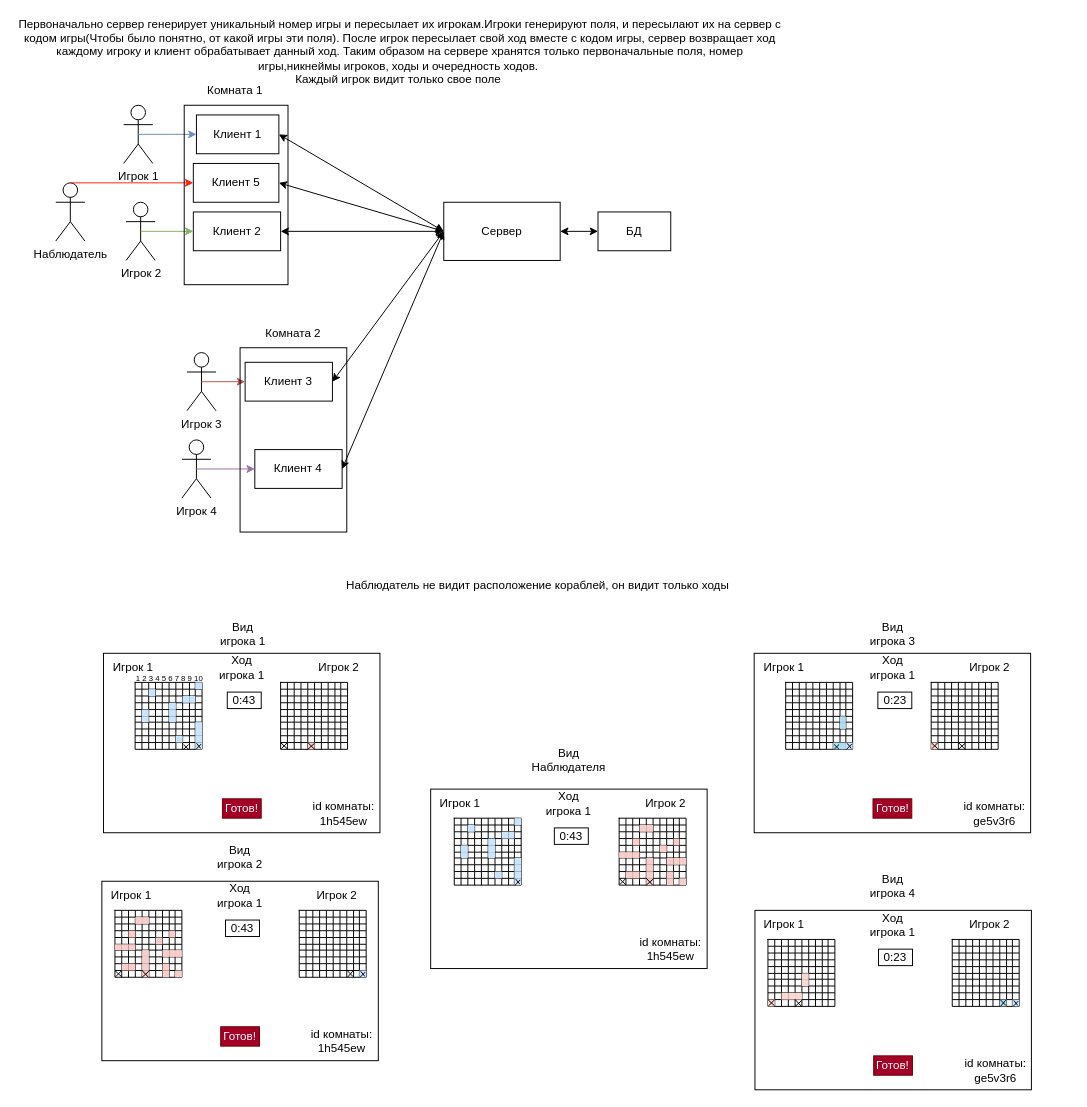
Earlier version of the draw.io diagram План работ/Две игры с наблюдателем.drawio (mrdrakowa/Battleship-War). Source tidied: cells renumbered, new cells numbered last; positions are measured from the earlier drawing's top-left corner, leaving out a move shared by most shapes. Both pictures are drawn from the tidied source at 97%, with x=0, y=0 at pixel (16, 27).
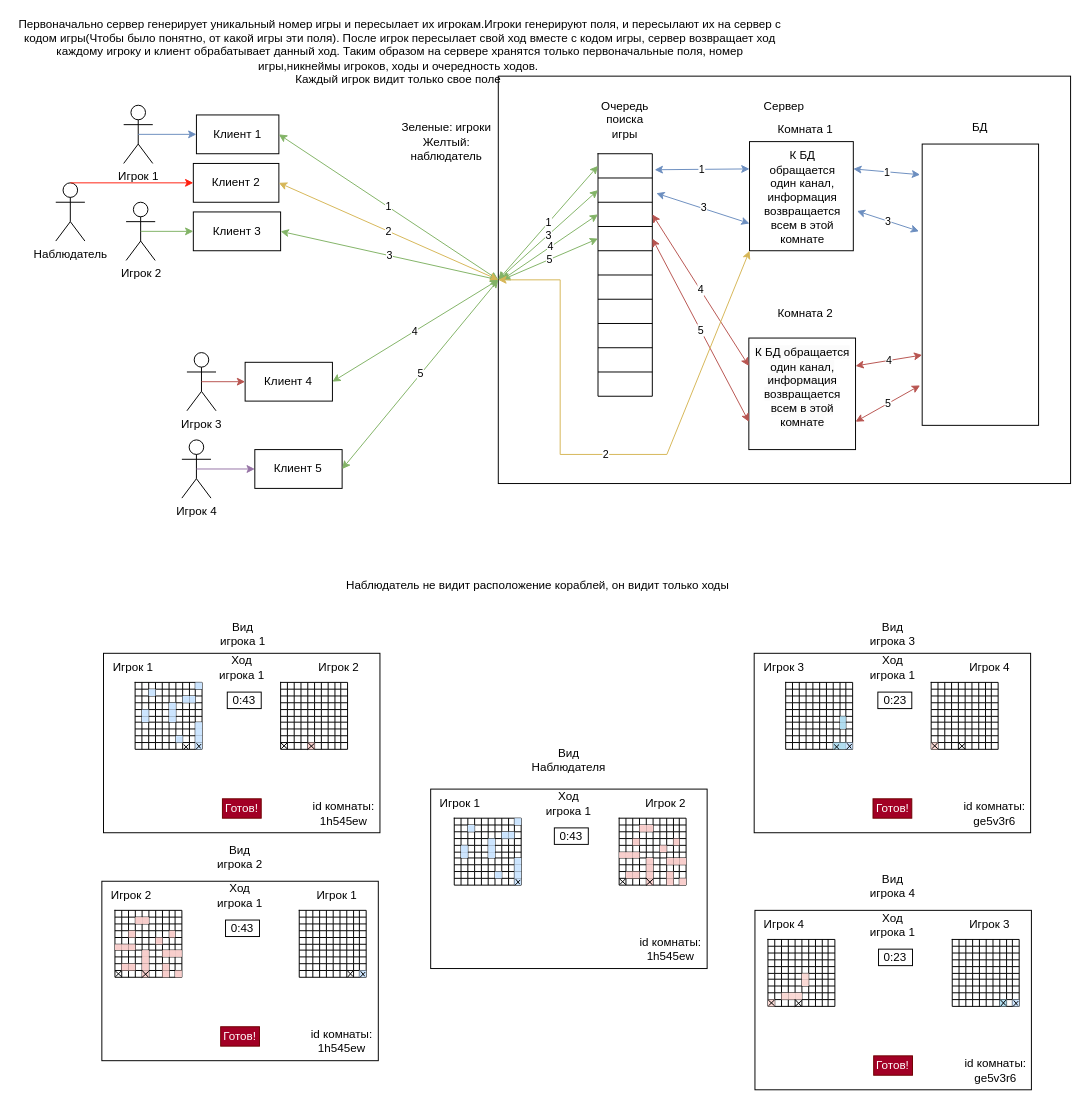
The same page after the edit.

Commit message:
5 игроков(upd 2)

Unchanged cells that the change refers to:
```xml
<mxCell id="8" value="Клиент 1" style="rounded=0;whiteSpace=wrap;html=1;" parent="1" vertex="1">
  <mxGeometry x="185" y="90" width="85" height="40" as="geometry" />
</mxCell>
```

The edit, as a diff of the source:
```diff
@@
-    <mxCell id="2" value="Сервер" style="rounded=0;whiteSpace=wrap;html=1;" parent="1" vertex="1">
-      <mxGeometry x="440" y="180" width="120" height="60" as="geometry" />
+    <mxCell id="2" value="&lt;p style=&quot;line-height: 120%;&quot;&gt;&lt;/p&gt;&lt;div style=&quot;line-height: 200%;&quot;&gt;&lt;span style=&quot;background-color: initial;&quot;&gt;Сервер&lt;/span&gt;&lt;/div&gt;&lt;p&gt;&lt;/p&gt;" style="rounded=0;whiteSpace=wrap;html=1;align=center;verticalAlign=top;fillColor=none;" parent="1" vertex="1">
+      <mxGeometry x="496.2" y="50" width="590" height="420" as="geometry" />
     </mxCell>
@@
-    <mxCell id="9" value="Клиент 4" style="rounded=0;whiteSpace=wrap;html=1;" parent="1" vertex="1">
+    <mxCell id="9" value="Клиент 5" style="rounded=0;whiteSpace=wrap;html=1;" parent="1" vertex="1">
       <mxGeometry x="245.2" y="435" width="90" height="40" as="geometry" />
     </mxCell>
-    <mxCell id="10" value="Клиент 3" style="rounded=0;whiteSpace=wrap;html=1;" parent="1" vertex="1">
+    <mxCell id="10" value="Клиент 4" style="rounded=0;whiteSpace=wrap;html=1;" parent="1" vertex="1">
       <mxGeometry x="235.2" y="345" width="90" height="40" as="geometry" />
     </mxCell>
-    <mxCell id="11" value="Клиент 2" style="rounded=0;whiteSpace=wrap;html=1;" parent="1" vertex="1">
+    <mxCell id="11" value="Клиент 3" style="rounded=0;whiteSpace=wrap;html=1;" parent="1" vertex="1">
       <mxGeometry x="181.8" y="190" width="90" height="40" as="geometry" />
     </mxCell>
@@
-    <mxCell id="254" value="Клиент 5" style="rounded=0;whiteSpace=wrap;html=1;" parent="1" vertex="1">
+    <mxCell id="254" value="Клиент 2" style="rounded=0;whiteSpace=wrap;html=1;" parent="1" vertex="1">
       <mxGeometry x="181.8" y="140" width="88.2" height="40" as="geometry" />
     </mxCell>
@@
-    <mxCell id="270" value="Игрок 1" style="text;html=1;strokeColor=none;fillColor=none;align=center;verticalAlign=middle;whiteSpace=wrap;rounded=0;" parent="1" vertex="1">
+    <mxCell id="270" value="Игрок 2" style="text;html=1;strokeColor=none;fillColor=none;align=center;verticalAlign=middle;whiteSpace=wrap;rounded=0;" parent="1" vertex="1">
       <mxGeometry x="88" y="880" width="60" height="30" as="geometry" />
     </mxCell>
-    <mxCell id="271" value="Игрок 2" style="text;html=1;strokeColor=none;fillColor=none;align=center;verticalAlign=middle;whiteSpace=wrap;rounded=0;" parent="1" vertex="1">
+    <mxCell id="271" value="Игрок 1" style="text;html=1;strokeColor=none;fillColor=none;align=center;verticalAlign=middle;whiteSpace=wrap;rounded=0;" parent="1" vertex="1">
       <mxGeometry x="300" y="880" width="60" height="30" as="geometry" />
     </mxCell>
@@
-    <mxCell id="734" style="endArrow=classic;startArrow=classic;html=1;rounded=0;entryX=1;entryY=0.5;entryDx=0;entryDy=0;exitX=0;exitY=0.5;exitDx=0;exitDy=0;" parent="1" edge="1" source="2" target="8">
+    <mxCell id="734" value="1" style="endArrow=classic;startArrow=classic;html=1;rounded=0;entryX=1;entryY=0.5;entryDx=0;entryDy=0;exitX=0;exitY=0.5;exitDx=0;exitDy=0;fillColor=#d5e8d4;strokeColor=#82b366;gradientColor=#97d077;" parent="1" edge="1" source="2" target="8">
       <mxGeometry relative="1" as="geometry" />
     </mxCell>
-    <mxCell id="735" style="endArrow=classic;startArrow=classic;html=1;rounded=0;entryX=1;entryY=0.5;entryDx=0;entryDy=0;exitX=0;exitY=0.5;exitDx=0;exitDy=0;" parent="1" edge="1" source="2" target="11">
+    <mxCell id="735" value="3" style="endArrow=classic;startArrow=classic;html=1;rounded=0;entryX=1;entryY=0.5;entryDx=0;entryDy=0;exitX=0;exitY=0.5;exitDx=0;exitDy=0;fillColor=#d5e8d4;strokeColor=#82b366;gradientColor=#97d077;" parent="1" edge="1" source="2" target="11">
       <mxGeometry relative="1" as="geometry" />
     </mxCell>
-    <mxCell id="736" style="endArrow=classic;startArrow=classic;html=1;rounded=0;entryX=0;entryY=0.5;entryDx=0;entryDy=0;exitX=1;exitY=0.5;exitDx=0;exitDy=0;" parent="1" edge="1" source="10" target="2">
+    <mxCell id="736" value="4" style="endArrow=classic;startArrow=classic;html=1;rounded=0;entryX=0;entryY=0.5;entryDx=0;entryDy=0;exitX=1;exitY=0.5;exitDx=0;exitDy=0;fillColor=#d5e8d4;strokeColor=#82b366;gradientColor=#97d077;" parent="1" edge="1" source="10" target="2">
       <mxGeometry relative="1" as="geometry" />
     </mxCell>
-    <mxCell id="737" style="endArrow=classic;startArrow=classic;html=1;rounded=0;exitX=0;exitY=0.5;exitDx=0;exitDy=0;entryX=1;entryY=0.5;entryDx=0;entryDy=0;" parent="1" edge="1" source="2" target="9">
+    <mxCell id="737" value="5" style="endArrow=classic;startArrow=classic;html=1;rounded=0;exitX=0;exitY=0.5;exitDx=0;exitDy=0;entryX=1;entryY=0.5;entryDx=0;entryDy=0;fillColor=#d5e8d4;strokeColor=#82b366;gradientColor=#97d077;" parent="1" edge="1" source="2" target="9">
       <mxGeometry relative="1" as="geometry" />
     </mxCell>
-    <mxCell id="738" style="endArrow=classic;startArrow=classic;html=1;rounded=0;entryX=0;entryY=0.5;entryDx=0;entryDy=0;exitX=1;exitY=0.5;exitDx=0;exitDy=0;" parent="1" edge="1" source="254" target="2">
+    <mxCell id="738" value="2" style="endArrow=classic;startArrow=classic;html=1;rounded=0;entryX=0;entryY=0.5;entryDx=0;entryDy=0;exitX=1;exitY=0.5;exitDx=0;exitDy=0;fillColor=#fff2cc;strokeColor=#d6b656;gradientColor=#ffd966;" parent="1" edge="1" source="254" target="2">
       <mxGeometry relative="1" as="geometry" />
     </mxCell>
@@
-    <mxCell id="969" value="Игрок 1" style="text;html=1;strokeColor=none;fillColor=none;align=center;verticalAlign=middle;whiteSpace=wrap;rounded=0;" parent="1" vertex="1">
+    <mxCell id="969" value="Игрок 3" style="text;html=1;strokeColor=none;fillColor=none;align=center;verticalAlign=middle;whiteSpace=wrap;rounded=0;" parent="1" vertex="1">
       <mxGeometry x="760.5" y="645" width="60" height="30" as="geometry" />
     </mxCell>
-    <mxCell id="970" value="Игрок 2" style="text;html=1;strokeColor=none;fillColor=none;align=center;verticalAlign=middle;whiteSpace=wrap;rounded=0;" parent="1" vertex="1">
+    <mxCell id="970" value="Игрок 4" style="text;html=1;strokeColor=none;fillColor=none;align=center;verticalAlign=middle;whiteSpace=wrap;rounded=0;" parent="1" vertex="1">
       <mxGeometry x="972.5" y="645" width="60" height="30" as="geometry" />
     </mxCell>
@@
-    <mxCell id="980" value="Игрок 1" style="text;html=1;strokeColor=none;fillColor=none;align=center;verticalAlign=middle;whiteSpace=wrap;rounded=0;" parent="1" vertex="1">
+    <mxCell id="980" value="Игрок 4" style="text;html=1;strokeColor=none;fillColor=none;align=center;verticalAlign=middle;whiteSpace=wrap;rounded=0;" parent="1" vertex="1">
       <mxGeometry x="761.2" y="910" width="60" height="30" as="geometry" />
     </mxCell>
-    <mxCell id="981" value="Игрок 2" style="text;html=1;strokeColor=none;fillColor=none;align=center;verticalAlign=middle;whiteSpace=wrap;rounded=0;" parent="1" vertex="1">
+    <mxCell id="981" value="Игрок 3" style="text;html=1;strokeColor=none;fillColor=none;align=center;verticalAlign=middle;whiteSpace=wrap;rounded=0;" parent="1" vertex="1">
       <mxGeometry x="973.2" y="910" width="60" height="30" as="geometry" />
     </mxCell>
@@
-    <mxCell id="1215" value="БД" style="rounded=0;whiteSpace=wrap;html=1;" parent="1" vertex="1">
-      <mxGeometry x="599" y="190" width="75" height="40" as="geometry" />
-    </mxCell>
-    <mxCell id="1216" style="endArrow=classic;startArrow=classic;html=1;rounded=0;entryX=0;entryY=0.5;entryDx=0;entryDy=0;exitX=1;exitY=0.5;exitDx=0;exitDy=0;" parent="1" edge="1" source="2" target="1215">
-      <mxGeometry relative="1" as="geometry" />
-    </mxCell>
-    <mxCell id="1217" value="&lt;font style=&quot;font-size: 8px;&quot;&gt;1 2 3 4 5 6 7 8 9 10&lt;/font&gt;" style="text;html=1;strokeColor=none;fillColor=none;align=center;verticalAlign=middle;whiteSpace=wrap;rounded=0;" parent="1" vertex="1">
-      <mxGeometry x="103" y="655" width="109" height="30" as="geometry" />
-    </mxCell>
-    <mxCell id="1218" style="rounded=0;whiteSpace=wrap;html=1;fillColor=none;" parent="1" vertex="1">
-      <mxGeometry x="230" y="330" width="110" height="190" as="geometry" />
+    <mxCell id="1218" value="&#10;&lt;span style=&quot;color: rgb(0, 0, 0); font-family: Helvetica; font-size: 12px; font-style: normal; font-variant-ligatures: normal; font-variant-caps: normal; font-weight: 400; letter-spacing: normal; orphans: 2; text-align: center; text-indent: 0px; text-transform: none; widows: 2; word-spacing: 0px; -webkit-text-stroke-width: 0px; background-color: rgb(251, 251, 251); text-decoration-thickness: initial; text-decoration-style: initial; text-decoration-color: initial; float: none; display: inline !important;&quot;&gt;К БД обращается один канал, информация возвращается всем в этой комнате&lt;/span&gt;&#10;&#10;" style="rounded=0;whiteSpace=wrap;html=1;fillColor=none;" parent="1" vertex="1">
+      <mxGeometry x="754.5" y="320" width="110" height="115" as="geometry" />
     </mxCell>
     <mxCell id="1219" style="rounded=0;whiteSpace=wrap;html=1;fillColor=none;" parent="1" vertex="1">
-      <mxGeometry x="172.4" y="80" width="107" height="185" as="geometry" />
+      <mxGeometry x="755.2" y="117.5" width="107" height="112.5" as="geometry" />
     </mxCell>
     <mxCell id="1220" value="Комната 2" style="text;html=1;strokeColor=none;fillColor=none;align=center;verticalAlign=middle;whiteSpace=wrap;rounded=0;" parent="1" vertex="1">
-      <mxGeometry x="255" y="300" width="60" height="30" as="geometry" />
+      <mxGeometry x="783.2" y="280" width="60" height="30" as="geometry" />
     </mxCell>
     <mxCell id="1221" value="Комната 1" style="text;html=1;strokeColor=none;fillColor=none;align=center;verticalAlign=middle;whiteSpace=wrap;rounded=0;" parent="1" vertex="1">
-      <mxGeometry x="195" y="50" width="60" height="30" as="geometry" />
+      <mxGeometry x="783.2" y="90" width="60" height="30" as="geometry" />
     </mxCell>
+    <mxCell id="1222" style="shape=table;startSize=0;childLayout=tableLayout;" parent="1" vertex="1">
+      <mxGeometry x="599" y="130" width="56" height="250" as="geometry" />
+    </mxCell>
+    <mxCell id="1223" style="shape=tableRow;horizontal=0;startSize=0;swimlaneHead=0;swimlaneBody=0;strokeColor=inherit;top=0;left=0;bottom=0;right=0;fillColor=none;points=[[0,0.5],[1,0.5]];portConstraint=eastwest;" parent="1222" vertex="1">
+      <mxGeometry width="56" height="25" as="geometry" />
+    </mxCell>
+    <mxCell id="1224" style="shape=partialRectangle;html=1;whiteSpace=wrap;strokeColor=inherit;overflow=hidden;fillColor=none;top=0;left=0;bottom=0;right=0;" parent="1223" vertex="1">
+      <mxGeometry width="56" height="25" as="geometry" />
+    </mxCell>
+    <mxCell id="1225" style="shape=tableRow;horizontal=0;startSize=0;swimlaneHead=0;swimlaneBody=0;strokeColor=inherit;top=0;left=0;bottom=0;right=0;fillColor=none;points=[[0,0.5],[1,0.5]];portConstraint=eastwest;" parent="1222" vertex="1">
+      <mxGeometry y="25" width="56" height="25" as="geometry" />
+    </mxCell>
+    <mxCell id="1226" style="shape=partialRectangle;html=1;whiteSpace=wrap;strokeColor=inherit;overflow=hidden;fillColor=none;top=0;left=0;bottom=0;right=0;" parent="1225" vertex="1">
+      <mxGeometry width="56" height="25" as="geometry" />
+    </mxCell>
+    <mxCell id="1227" style="shape=tableRow;horizontal=0;startSize=0;swimlaneHead=0;swimlaneBody=0;strokeColor=inherit;top=0;left=0;bottom=0;right=0;fillColor=none;points=[[0,0.5],[1,0.5]];portConstraint=eastwest;" parent="1222" vertex="1">
+      <mxGeometry y="50" width="56" height="25" as="geometry" />
+    </mxCell>
+    <mxCell id="1228" style="shape=partialRectangle;html=1;whiteSpace=wrap;strokeColor=inherit;overflow=hidden;fillColor=none;top=0;left=0;bottom=0;right=0;" parent="1227" vertex="1">
+      <mxGeometry width="56" height="25" as="geometry" />
+    </mxCell>
+    <mxCell id="1229" style="shape=tableRow;horizontal=0;startSize=0;swimlaneHead=0;swimlaneBody=0;strokeColor=inherit;top=0;left=0;bottom=0;right=0;fillColor=none;points=[[0,0.5],[1,0.5]];portConstraint=eastwest;" parent="1222" vertex="1">
+      <mxGeometry y="75" width="56" height="25" as="geometry" />
+    </mxCell>
+    <mxCell id="1230" style="shape=partialRectangle;html=1;whiteSpace=wrap;strokeColor=inherit;overflow=hidden;fillColor=none;top=0;left=0;bottom=0;right=0;" parent="1229" vertex="1">
+      <mxGeometry width="56" height="25" as="geometry" />
+    </mxCell>
+    <mxCell id="1231" style="shape=tableRow;horizontal=0;startSize=0;swimlaneHead=0;swimlaneBody=0;strokeColor=inherit;top=0;left=0;bottom=0;right=0;fillColor=none;" parent="1222" vertex="1">
+      <mxGeometry y="100" width="56" height="25" as="geometry" />
+    </mxCell>
+    <mxCell id="1232" style="shape=partialRectangle;html=1;whiteSpace=wrap;strokeColor=inherit;overflow=hidden;fillColor=none;top=0;left=0;bottom=0;right=0;" parent="1231" vertex="1">
+      <mxGeometry width="56" height="25" as="geometry" />
+    </mxCell>
+    <mxCell id="1233" style="shape=tableRow;horizontal=0;startSize=0;swimlaneHead=0;swimlaneBody=0;strokeColor=inherit;top=0;left=0;bottom=0;right=0;fillColor=none;" parent="1222" vertex="1">
+      <mxGeometry y="125" width="56" height="25" as="geometry" />
+    </mxCell>
+    <mxCell id="1234" style="shape=partialRectangle;html=1;whiteSpace=wrap;strokeColor=inherit;overflow=hidden;fillColor=none;top=0;left=0;bottom=0;right=0;" parent="1233" vertex="1">
+      <mxGeometry width="56" height="25" as="geometry" />
+    </mxCell>
+    <mxCell id="1235" style="shape=tableRow;horizontal=0;startSize=0;swimlaneHead=0;swimlaneBody=0;strokeColor=inherit;top=0;left=0;bottom=0;right=0;fillColor=none;" parent="1222" vertex="1">
+      <mxGeometry y="150" width="56" height="25" as="geometry" />
+    </mxCell>
+    <mxCell id="1236" style="shape=partialRectangle;html=1;whiteSpace=wrap;strokeColor=inherit;overflow=hidden;fillColor=none;top=0;left=0;bottom=0;right=0;" parent="1235" vertex="1">
+      <mxGeometry width="56" height="25" as="geometry" />
+    </mxCell>
+    <mxCell id="1237" style="shape=tableRow;horizontal=0;startSize=0;swimlaneHead=0;swimlaneBody=0;strokeColor=inherit;top=0;left=0;bottom=0;right=0;fillColor=none;" parent="1222" vertex="1">
+      <mxGeometry y="175" width="56" height="25" as="geometry" />
+    </mxCell>
+    <mxCell id="1238" style="shape=partialRectangle;html=1;whiteSpace=wrap;strokeColor=inherit;overflow=hidden;fillColor=none;top=0;left=0;bottom=0;right=0;" parent="1237" vertex="1">
+      <mxGeometry width="56" height="25" as="geometry" />
+    </mxCell>
+    <mxCell id="1239" style="shape=tableRow;horizontal=0;startSize=0;swimlaneHead=0;swimlaneBody=0;strokeColor=inherit;top=0;left=0;bottom=0;right=0;fillColor=none;" parent="1222" vertex="1">
+      <mxGeometry y="200" width="56" height="25" as="geometry" />
+    </mxCell>
+    <mxCell id="1240" style="shape=partialRectangle;html=1;whiteSpace=wrap;strokeColor=inherit;overflow=hidden;fillColor=none;top=0;left=0;bottom=0;right=0;" parent="1239" vertex="1">
+      <mxGeometry width="56" height="25" as="geometry" />
+    </mxCell>
+    <mxCell id="1241" style="shape=tableRow;horizontal=0;startSize=0;swimlaneHead=0;swimlaneBody=0;strokeColor=inherit;top=0;left=0;bottom=0;right=0;fillColor=none;" parent="1222" vertex="1">
+      <mxGeometry y="225" width="56" height="25" as="geometry" />
+    </mxCell>
+    <mxCell id="1242" style="shape=partialRectangle;html=1;whiteSpace=wrap;strokeColor=inherit;overflow=hidden;fillColor=none;top=0;left=0;bottom=0;right=0;" parent="1241" vertex="1">
+      <mxGeometry width="56" height="25" as="geometry" />
+    </mxCell>
+    <mxCell id="1243" value="1" style="endArrow=classic;startArrow=classic;html=1;rounded=0;entryX=0;entryY=0.5;entryDx=0;entryDy=0;exitX=0;exitY=0.5;exitDx=0;exitDy=0;fillColor=#d5e8d4;strokeColor=#82b366;gradientColor=#97d077;" parent="1" edge="1" source="2" target="1223">
+      <mxGeometry relative="1" as="geometry" />
+    </mxCell>
+    <mxCell id="1244" value="3" style="endArrow=classic;startArrow=classic;html=1;rounded=0;entryX=0;entryY=0.5;entryDx=0;entryDy=0;exitX=0;exitY=0.5;exitDx=0;exitDy=0;fillColor=#d5e8d4;strokeColor=#82b366;gradientColor=#97d077;" parent="1" edge="1" source="1225" target="2">
+      <mxGeometry relative="1" as="geometry" />
+    </mxCell>
+    <mxCell id="1245" value="4" style="endArrow=classic;startArrow=classic;html=1;rounded=0;entryX=0;entryY=0.5;entryDx=0;entryDy=0;fillColor=#d5e8d4;strokeColor=#82b366;gradientColor=#97d077;" parent="1" edge="1" target="1227">
+      <mxGeometry relative="1" as="geometry">
+        <mxPoint x="500" y="260" as="sourcePoint" />
+      </mxGeometry>
+    </mxCell>
+    <mxCell id="1246" value="5" style="endArrow=classic;startArrow=classic;html=1;rounded=0;exitX=0;exitY=0.5;exitDx=0;exitDy=0;fillColor=#d5e8d4;strokeColor=#82b366;gradientColor=#97d077;" parent="1" edge="1" source="1229">
+      <mxGeometry relative="1" as="geometry">
+        <mxPoint x="500" y="260" as="targetPoint" />
+      </mxGeometry>
+    </mxCell>
+    <mxCell id="1247" value="Очередь поиска игры" style="text;html=1;strokeColor=none;fillColor=none;align=center;verticalAlign=middle;whiteSpace=wrap;rounded=0;" parent="1" vertex="1">
+      <mxGeometry x="597" y="80" width="60" height="30" as="geometry" />
+    </mxCell>
+    <mxCell id="1248" value="Зеленые: игроки" style="text;html=1;strokeColor=none;fillColor=none;align=center;verticalAlign=middle;whiteSpace=wrap;rounded=0;" parent="1" vertex="1">
+      <mxGeometry x="388.8" y="87.5" width="107.5" height="30" as="geometry" />
+    </mxCell>
+    <mxCell id="1249" value="Желтый: наблюдатель" style="text;html=1;strokeColor=none;fillColor=none;align=center;verticalAlign=middle;whiteSpace=wrap;rounded=0;" parent="1" vertex="1">
+      <mxGeometry x="388.8" y="110" width="107.5" height="30" as="geometry" />
+    </mxCell>
+    <mxCell id="1250" value="1" style="endArrow=classic;startArrow=classic;html=1;rounded=0;entryX=0;entryY=0.25;entryDx=0;entryDy=0;exitX=1.043;exitY=0.066;exitDx=0;exitDy=0;fillColor=#dae8fc;strokeColor=#6c8ebf;gradientColor=#7ea6e0;exitPerimeter=0;" parent="1" edge="1" source="1222" target="1219">
+      <mxGeometry relative="1" as="geometry" />
+    </mxCell>
+    <mxCell id="1251" value="3" style="endArrow=classic;startArrow=classic;html=1;rounded=0;entryX=0;entryY=0.75;entryDx=0;entryDy=0;exitX=1.073;exitY=0.163;exitDx=0;exitDy=0;fillColor=#dae8fc;strokeColor=#6c8ebf;gradientColor=#7ea6e0;exitPerimeter=0;" parent="1" edge="1" source="1222" target="1219">
+      <mxGeometry relative="1" as="geometry" />
+    </mxCell>
+    <mxCell id="1252" value="4" style="endArrow=classic;startArrow=classic;html=1;rounded=0;entryX=1;entryY=0.25;entryDx=0;entryDy=0;fillColor=#f8cecc;strokeColor=#b85450;gradientColor=#ea6b66;exitX=0;exitY=0.25;exitDx=0;exitDy=0;" parent="1" edge="1" source="1218" target="1222">
+      <mxGeometry relative="1" as="geometry" />
+    </mxCell>
+    <mxCell id="1253" value="5" style="endArrow=classic;startArrow=classic;html=1;rounded=0;exitX=0;exitY=0.75;exitDx=0;exitDy=0;fillColor=#f8cecc;strokeColor=#b85450;gradientColor=#ea6b66;entryX=1;entryY=0.5;entryDx=0;entryDy=0;" parent="1" edge="1" source="1218" target="1229">
+      <mxGeometry relative="1" as="geometry" />
+    </mxCell>
+    <mxCell id="1254" value="2" style="endArrow=classic;startArrow=classic;html=1;rounded=0;entryX=0;entryY=0.5;entryDx=0;entryDy=0;exitX=0;exitY=1;exitDx=0;exitDy=0;fillColor=#fff2cc;strokeColor=#d6b656;gradientColor=#ffd966;" parent="1" edge="1" source="1219" target="2">
+      <mxGeometry relative="1" as="geometry">
+        <Array as="points">
+          <mxPoint x="670" y="440" />
+          <mxPoint x="560" y="440" />
+          <mxPoint x="560" y="260" />
+        </Array>
+      </mxGeometry>
+    </mxCell>
+    <mxCell id="1255" style="rounded=0;whiteSpace=wrap;html=1;fillColor=none;" parent="1" vertex="1">
+      <mxGeometry x="933.2" y="120" width="120" height="290" as="geometry" />
+    </mxCell>
+    <mxCell id="1215" value="БД" style="text;html=1;strokeColor=none;fillColor=none;align=center;verticalAlign=middle;whiteSpace=wrap;rounded=0;" parent="1" vertex="1">
+      <mxGeometry x="963.2" y="87.5" width="60" height="30" as="geometry" />
+    </mxCell>
+    <mxCell id="1256" value="1" style="endArrow=classic;startArrow=classic;html=1;rounded=0;entryX=-0.018;entryY=0.109;entryDx=0;entryDy=0;exitX=1;exitY=0.25;exitDx=0;exitDy=0;fillColor=#dae8fc;strokeColor=#6c8ebf;gradientColor=#7ea6e0;entryPerimeter=0;" parent="1" edge="1" source="1219" target="1255">
+      <mxGeometry relative="1" as="geometry" />
+    </mxCell>
+    <mxCell id="1257" value="3" style="endArrow=classic;startArrow=classic;html=1;rounded=0;exitX=1.035;exitY=0.636;exitDx=0;exitDy=0;fillColor=#dae8fc;strokeColor=#6c8ebf;gradientColor=#7ea6e0;exitPerimeter=0;entryX=-0.027;entryY=0.31;entryDx=0;entryDy=0;entryPerimeter=0;" parent="1" edge="1" source="1219" target="1255">
+      <mxGeometry relative="1" as="geometry" />
+    </mxCell>
+    <mxCell id="1258" value="К БД обращается один канал, информация возвращается всем в этой комнате" style="text;html=1;strokeColor=none;fillColor=none;align=center;verticalAlign=middle;whiteSpace=wrap;rounded=0;" parent="1" vertex="1">
+      <mxGeometry x="779.5" y="160" width="60" height="30" as="geometry" />
+    </mxCell>
+    <mxCell id="1259" value="4" style="endArrow=classic;startArrow=classic;html=1;rounded=0;entryX=0;entryY=0.75;entryDx=0;entryDy=0;fillColor=#f8cecc;strokeColor=#b85450;gradientColor=#ea6b66;exitX=1;exitY=0.25;exitDx=0;exitDy=0;" parent="1" edge="1" source="1218" target="1255">
+      <mxGeometry relative="1" as="geometry" />
+    </mxCell>
+    <mxCell id="1260" value="5" style="endArrow=classic;startArrow=classic;html=1;rounded=0;exitX=1;exitY=0.75;exitDx=0;exitDy=0;fillColor=#f8cecc;strokeColor=#b85450;gradientColor=#ea6b66;entryX=-0.018;entryY=0.858;entryDx=0;entryDy=0;entryPerimeter=0;" parent="1" edge="1" source="1218" target="1255">
+      <mxGeometry relative="1" as="geometry" />
+    </mxCell>
```
